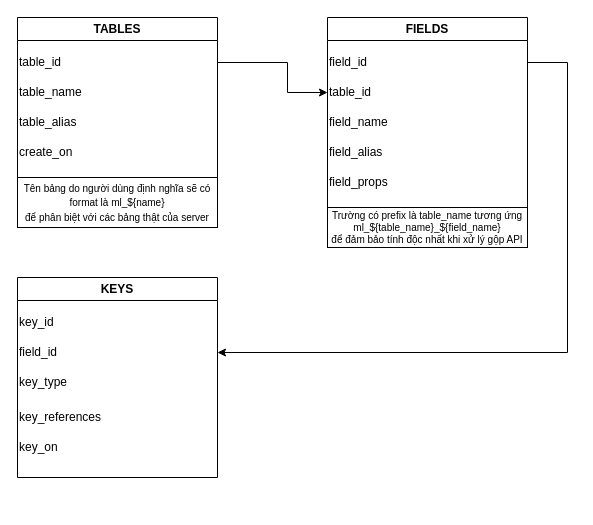
Above: CoreData.drawio in dbdev2912/khong_dc_khau_nghiep (draw.io), before the change. Source tidied: cells renumbered, new cells numbered last; positions are measured from the earlier drawing's top-left corner, leaving out a move shared by most shapes. Both pictures are drawn from the tidied source at 100%, with x=0, y=0 at pixel (17, 17).
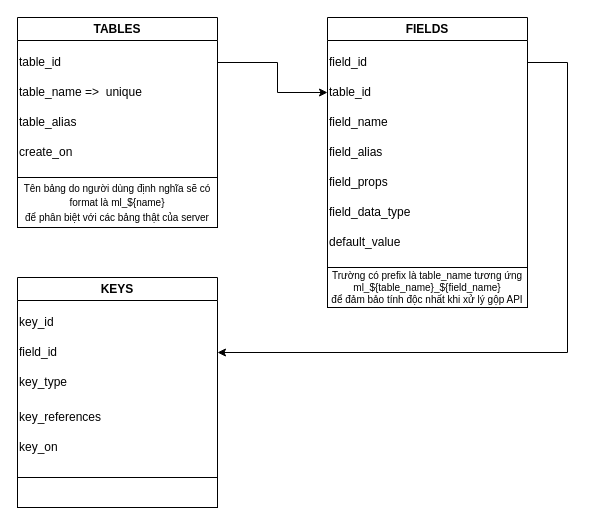
The same diagram, later.

Commit message (it also covers changes not shown here):
Cập nhật CoreData.drawio

The change refers to these unchanged cells:
```xml
<mxCell id="2" value="TABLES" style="swimlane;whiteSpace=wrap;html=1;" parent="1" vertex="1">
  <mxGeometry width="200" height="210" as="geometry" />
</mxCell>
<mxCell id="10" value="&lt;font style=&quot;font-size: 12px;&quot;&gt;table_id&lt;/font&gt;" style="text;html=1;strokeColor=none;fillColor=none;align=left;verticalAlign=middle;whiteSpace=wrap;rounded=0;fontSize=10;" parent="8" vertex="1">
  <mxGeometry y="60" width="200" height="30" as="geometry" />
</mxCell>
```

The edit, as a diff of the source:
```diff
@@
-    <mxCell id="3" value="table_id" style="text;html=1;strokeColor=none;fillColor=none;align=left;verticalAlign=middle;whiteSpace=wrap;rounded=0;" parent="2" vertex="1">
+    <mxCell id="3" value="table_id&lt;span style=&quot;white-space: pre;&quot;&gt; &lt;/span&gt;&lt;span style=&quot;white-space: pre;&quot;&gt; &lt;/span&gt;&lt;span style=&quot;white-space: pre;&quot;&gt; &lt;/span&gt;&lt;span style=&quot;white-space: pre;&quot;&gt; &lt;/span&gt;" style="text;html=1;strokeColor=none;fillColor=none;align=left;verticalAlign=middle;whiteSpace=wrap;rounded=0;" parent="2" vertex="1">
       <mxGeometry y="30" width="200" height="30" as="geometry" />
     </mxCell>
-    <mxCell id="4" value="table_name" style="text;html=1;strokeColor=none;fillColor=none;align=left;verticalAlign=middle;whiteSpace=wrap;rounded=0;" parent="2" vertex="1">
+    <mxCell id="4" value="table_name&lt;span style=&quot;white-space: pre;&quot;&gt; &lt;/span&gt;=&amp;gt;&lt;span style=&quot;white-space: pre;&quot;&gt; &lt;/span&gt;&lt;span style=&quot;white-space: pre;&quot;&gt; &lt;/span&gt;unique" style="text;html=1;strokeColor=none;fillColor=none;align=left;verticalAlign=middle;whiteSpace=wrap;rounded=0;" parent="2" vertex="1">
       <mxGeometry y="60" width="200" height="30" as="geometry" />
     </mxCell>
@@
     <mxCell id="8" value="&lt;span style=&quot;font-size: 12px;&quot;&gt;FIELDS&lt;/span&gt;" style="swimlane;whiteSpace=wrap;html=1;fontSize=10;" parent="1" vertex="1">
-      <mxGeometry x="310" width="200" height="190" as="geometry" />
+      <mxGeometry x="310" width="200" height="250" as="geometry" />
     </mxCell>
@@
-    <mxCell id="14" value="Trường có prefix là table_name tương ứng &lt;br&gt;ml_${table_name}_${field_name}&lt;br&gt;để đảm bảo tính độc nhất khi xử lý gộp API" style="rounded=0;whiteSpace=wrap;html=1;fontSize=10;" parent="1" vertex="1">
-      <mxGeometry x="310" y="190" width="200" height="40" as="geometry" />
-    </mxCell>
+    <mxCell id="23" value="field_data_type" style="text;html=1;strokeColor=none;fillColor=none;align=left;verticalAlign=middle;whiteSpace=wrap;rounded=0;fontSize=12;" parent="8" vertex="1">
+      <mxGeometry y="180" width="200" height="30" as="geometry" />
+    </mxCell>
+    <mxCell id="24" value="default_value" style="text;html=1;strokeColor=none;fillColor=none;align=left;verticalAlign=middle;whiteSpace=wrap;rounded=0;fontSize=12;" parent="8" vertex="1">
+      <mxGeometry y="210" width="200" height="30" as="geometry" />
+    </mxCell>
     <mxCell id="15" style="edgeStyle=orthogonalEdgeStyle;rounded=0;jettySize=auto;html=1;fontSize=10;" parent="1" edge="1" source="3" target="10">
       <mxGeometry relative="1" as="geometry">
         <Array as="points">
-          <mxPoint x="270" y="45" />
-          <mxPoint x="270" y="75" />
+          <mxPoint x="260" y="45" />
+          <mxPoint x="260" y="75" />
         </Array>
       </mxGeometry>
     </mxCell>
@@
+    <mxCell id="25" style="rounded=0;whiteSpace=wrap;html=1;fontSize=12;" parent="1" vertex="1">
+      <mxGeometry y="460" width="200" height="30" as="geometry" />
+    </mxCell>
+    <mxCell id="14" value="Trường có prefix là table_name tương ứng &lt;br&gt;ml_${table_name}_${field_name}&lt;br&gt;để đảm bảo tính độc nhất khi xử lý gộp API" style="rounded=0;whiteSpace=wrap;html=1;fontSize=10;" parent="1" vertex="1">
+      <mxGeometry x="310" y="250" width="200" height="40" as="geometry" />
+    </mxCell>
```
